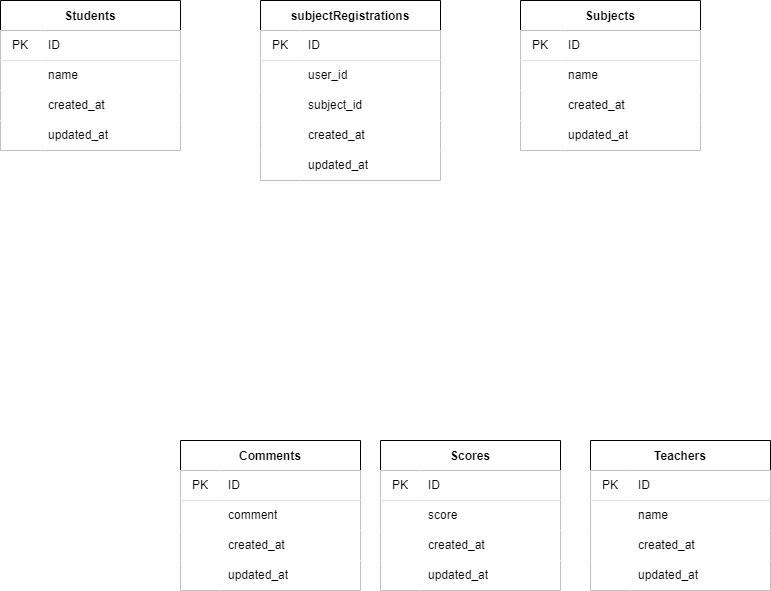
Earlier version of the draw.io export 20221026koyanagi/index.drawio.png (yuki-zirushi/PowerStruggle). Source tidied: cells renumbered, new cells last; positions are measured from the earlier drawing's top-left corner, leaving out a move shared by most shapes.
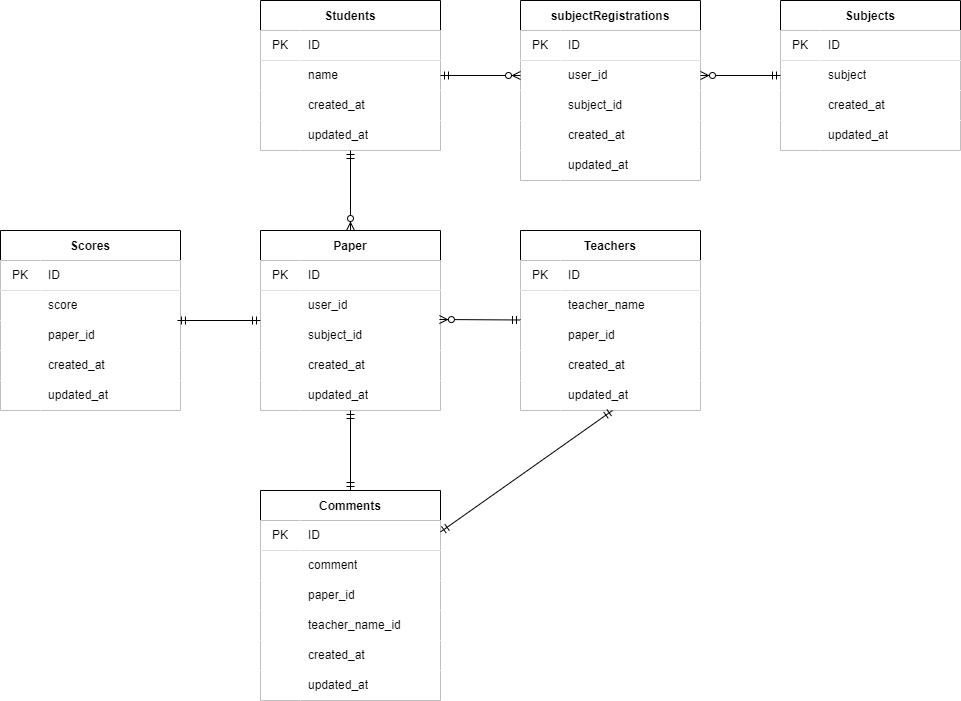
Later version of the same file.

Diff of the diagram source:
```diff
@@ -107,7 +107,7 @@
     <mxCell id="36" style="shape=partialRectangle;html=1;whiteSpace=wrap;top=0;left=0;bottom=0;right=0;overflow=hidden;" parent="35" vertex="1">
       <mxGeometry width="40" height="30" as="geometry" />
     </mxCell>
-    <mxCell id="37" value="name" style="shape=partialRectangle;html=1;whiteSpace=wrap;top=0;left=0;bottom=0;right=0;align=left;spacingLeft=6;overflow=hidden;" parent="35" vertex="1">
+    <mxCell id="37" value="subject" style="shape=partialRectangle;html=1;whiteSpace=wrap;top=0;left=0;bottom=0;right=0;align=left;spacingLeft=6;overflow=hidden;" parent="35" vertex="1">
       <mxGeometry x="40" width="140" height="30" as="geometry" />
     </mxCell>
     <mxCell id="38" style="shape=partialRectangle;html=1;whiteSpace=wrap;top=0;left=0;bottom=0;right=0;" parent="31" vertex="1">
@@ -129,7 +129,7 @@
       <mxGeometry x="40" width="140" height="30" as="geometry" />
     </mxCell>
     <mxCell id="44" value="Comments" style="shape=table;startSize=30;rowLines=0;fontStyle=1;align=center;" parent="1" vertex="1">
-      <mxGeometry x="180" y="440" width="180" height="150" as="geometry" />
+      <mxGeometry y="490" width="180" height="210" as="geometry" />
     </mxCell>
     <mxCell id="45" style="shape=partialRectangle;html=1;whiteSpace=wrap;top=0;left=0;bottom=1;right=0;" parent="44" vertex="1">
       <mxGeometry y="30" width="180" height="30" as="geometry" />
@@ -149,8 +149,26 @@
     <mxCell id="50" value="comment" style="shape=partialRectangle;html=1;whiteSpace=wrap;top=0;left=0;bottom=0;right=0;align=left;spacingLeft=6;overflow=hidden;" parent="48" vertex="1">
       <mxGeometry x="40" width="140" height="30" as="geometry" />
     </mxCell>
+    <mxCell id="83" style="shape=partialRectangle;html=1;whiteSpace=wrap;top=0;left=0;bottom=0;right=0;" parent="44" vertex="1">
+      <mxGeometry y="90" width="180" height="30" as="geometry" />
+    </mxCell>
+    <mxCell id="84" style="shape=partialRectangle;html=1;whiteSpace=wrap;top=0;left=0;bottom=0;right=0;overflow=hidden;" parent="83" vertex="1">
+      <mxGeometry width="40" height="30" as="geometry" />
+    </mxCell>
+    <mxCell id="85" value="paper_id" style="shape=partialRectangle;html=1;whiteSpace=wrap;top=0;left=0;bottom=0;right=0;align=left;spacingLeft=6;overflow=hidden;" parent="83" vertex="1">
+      <mxGeometry x="40" width="140" height="30" as="geometry" />
+    </mxCell>
+    <mxCell id="86" style="shape=partialRectangle;html=1;whiteSpace=wrap;top=0;left=0;bottom=0;right=0;" parent="44" vertex="1">
+      <mxGeometry y="120" width="180" height="30" as="geometry" />
+    </mxCell>
+    <mxCell id="87" style="shape=partialRectangle;html=1;whiteSpace=wrap;top=0;left=0;bottom=0;right=0;overflow=hidden;" parent="86" vertex="1">
+      <mxGeometry width="40" height="30" as="geometry" />
+    </mxCell>
+    <mxCell id="88" value="teacher_name_id" style="shape=partialRectangle;html=1;whiteSpace=wrap;top=0;left=0;bottom=0;right=0;align=left;spacingLeft=6;overflow=hidden;" parent="86" vertex="1">
+      <mxGeometry x="40" width="140" height="30" as="geometry" />
+    </mxCell>
     <mxCell id="51" style="shape=partialRectangle;html=1;whiteSpace=wrap;top=0;left=0;bottom=0;right=0;" parent="44" vertex="1">
-      <mxGeometry y="90" width="180" height="30" as="geometry" />
+      <mxGeometry y="150" width="180" height="30" as="geometry" />
     </mxCell>
     <mxCell id="52" style="shape=partialRectangle;html=1;whiteSpace=wrap;top=0;left=0;bottom=0;right=0;overflow=hidden;" parent="51" vertex="1">
       <mxGeometry width="40" height="30" as="geometry" />
@@ -159,7 +177,7 @@
       <mxGeometry x="40" width="140" height="30" as="geometry" />
     </mxCell>
     <mxCell id="54" style="shape=partialRectangle;html=1;whiteSpace=wrap;top=0;left=0;bottom=0;right=0;" parent="44" vertex="1">
-      <mxGeometry y="120" width="180" height="30" as="geometry" />
+      <mxGeometry y="180" width="180" height="30" as="geometry" />
     </mxCell>
     <mxCell id="55" style="shape=partialRectangle;html=1;whiteSpace=wrap;top=0;left=0;bottom=0;right=0;overflow=hidden;" parent="54" vertex="1">
       <mxGeometry width="40" height="30" as="geometry" />
@@ -168,7 +186,7 @@
       <mxGeometry x="40" width="140" height="30" as="geometry" />
     </mxCell>
     <mxCell id="57" value="Scores" style="shape=table;startSize=30;rowLines=0;fontStyle=1;align=center;" parent="1" vertex="1">
-      <mxGeometry x="380" y="440" width="180" height="150" as="geometry" />
+      <mxGeometry x="-260" y="230" width="180" height="180" as="geometry" />
     </mxCell>
     <mxCell id="58" style="shape=partialRectangle;html=1;whiteSpace=wrap;top=0;left=0;bottom=1;right=0;" parent="57" vertex="1">
       <mxGeometry y="30" width="180" height="30" as="geometry" />
@@ -188,8 +206,17 @@
     <mxCell id="63" value="score" style="shape=partialRectangle;html=1;whiteSpace=wrap;top=0;left=0;bottom=0;right=0;align=left;spacingLeft=6;overflow=hidden;" parent="61" vertex="1">
       <mxGeometry x="40" width="140" height="30" as="geometry" />
     </mxCell>
+    <mxCell id="89" style="shape=partialRectangle;html=1;whiteSpace=wrap;top=0;left=0;bottom=0;right=0;" parent="57" vertex="1">
+      <mxGeometry y="90" width="180" height="30" as="geometry" />
+    </mxCell>
+    <mxCell id="90" style="shape=partialRectangle;html=1;whiteSpace=wrap;top=0;left=0;bottom=0;right=0;overflow=hidden;" parent="89" vertex="1">
+      <mxGeometry width="40" height="30" as="geometry" />
+    </mxCell>
+    <mxCell id="91" value="paper_id" style="shape=partialRectangle;html=1;whiteSpace=wrap;top=0;left=0;bottom=0;right=0;align=left;spacingLeft=6;overflow=hidden;" parent="89" vertex="1">
+      <mxGeometry x="40" width="140" height="30" as="geometry" />
+    </mxCell>
     <mxCell id="64" style="shape=partialRectangle;html=1;whiteSpace=wrap;top=0;left=0;bottom=0;right=0;" parent="57" vertex="1">
-      <mxGeometry y="90" width="180" height="30" as="geometry" />
+      <mxGeometry y="120" width="180" height="30" as="geometry" />
     </mxCell>
     <mxCell id="65" style="shape=partialRectangle;html=1;whiteSpace=wrap;top=0;left=0;bottom=0;right=0;overflow=hidden;" parent="64" vertex="1">
       <mxGeometry width="40" height="30" as="geometry" />
@@ -198,7 +225,7 @@
       <mxGeometry x="40" width="140" height="30" as="geometry" />
     </mxCell>
     <mxCell id="67" style="shape=partialRectangle;html=1;whiteSpace=wrap;top=0;left=0;bottom=0;right=0;" parent="57" vertex="1">
-      <mxGeometry y="120" width="180" height="30" as="geometry" />
+      <mxGeometry y="150" width="180" height="30" as="geometry" />
     </mxCell>
     <mxCell id="68" style="shape=partialRectangle;html=1;whiteSpace=wrap;top=0;left=0;bottom=0;right=0;overflow=hidden;" parent="67" vertex="1">
       <mxGeometry width="40" height="30" as="geometry" />
@@ -207,7 +234,7 @@
       <mxGeometry x="40" width="140" height="30" as="geometry" />
     </mxCell>
     <mxCell id="70" value="Teachers" style="shape=table;startSize=30;rowLines=0;fontStyle=1;align=center;" parent="1" vertex="1">
-      <mxGeometry x="590" y="440" width="180" height="150" as="geometry" />
+      <mxGeometry x="260" y="230" width="180" height="180" as="geometry" />
     </mxCell>
     <mxCell id="71" style="shape=partialRectangle;html=1;whiteSpace=wrap;top=0;left=0;bottom=1;right=0;" parent="70" vertex="1">
       <mxGeometry y="30" width="180" height="30" as="geometry" />
@@ -224,11 +251,20 @@
     <mxCell id="75" style="shape=partialRectangle;html=1;whiteSpace=wrap;top=0;left=0;bottom=0;right=0;overflow=hidden;" parent="74" vertex="1">
       <mxGeometry width="40" height="30" as="geometry" />
     </mxCell>
-    <mxCell id="76" value="name" style="shape=partialRectangle;html=1;whiteSpace=wrap;top=0;left=0;bottom=0;right=0;align=left;spacingLeft=6;overflow=hidden;" parent="74" vertex="1">
+    <mxCell id="76" value="teacher_name" style="shape=partialRectangle;html=1;whiteSpace=wrap;top=0;left=0;bottom=0;right=0;align=left;spacingLeft=6;overflow=hidden;" parent="74" vertex="1">
       <mxGeometry x="40" width="140" height="30" as="geometry" />
     </mxCell>
+    <mxCell id="92" style="shape=partialRectangle;html=1;whiteSpace=wrap;top=0;left=0;bottom=0;right=0;" parent="70" vertex="1">
+      <mxGeometry y="90" width="180" height="30" as="geometry" />
+    </mxCell>
+    <mxCell id="93" style="shape=partialRectangle;html=1;whiteSpace=wrap;top=0;left=0;bottom=0;right=0;overflow=hidden;" parent="92" vertex="1">
+      <mxGeometry width="40" height="30" as="geometry" />
+    </mxCell>
+    <mxCell id="94" value="paper_id" style="shape=partialRectangle;html=1;whiteSpace=wrap;top=0;left=0;bottom=0;right=0;align=left;spacingLeft=6;overflow=hidden;" parent="92" vertex="1">
+      <mxGeometry x="40" width="140" height="30" as="geometry" />
+    </mxCell>
     <mxCell id="77" style="shape=partialRectangle;html=1;whiteSpace=wrap;top=0;left=0;bottom=0;right=0;" parent="70" vertex="1">
-      <mxGeometry y="90" width="180" height="30" as="geometry" />
+      <mxGeometry y="120" width="180" height="30" as="geometry" />
     </mxCell>
     <mxCell id="78" style="shape=partialRectangle;html=1;whiteSpace=wrap;top=0;left=0;bottom=0;right=0;overflow=hidden;" parent="77" vertex="1">
       <mxGeometry width="40" height="30" as="geometry" />
@@ -237,7 +273,7 @@
       <mxGeometry x="40" width="140" height="30" as="geometry" />
     </mxCell>
     <mxCell id="80" style="shape=partialRectangle;html=1;whiteSpace=wrap;top=0;left=0;bottom=0;right=0;points=[[0,0.5],[1,0.5]];portConstraint=eastwest;" parent="70" vertex="1">
-      <mxGeometry y="120" width="180" height="30" as="geometry" />
+      <mxGeometry y="150" width="180" height="30" as="geometry" />
     </mxCell>
     <mxCell id="81" style="shape=partialRectangle;html=1;whiteSpace=wrap;top=0;left=0;bottom=0;right=0;overflow=hidden;" parent="80" vertex="1">
       <mxGeometry width="40" height="30" as="geometry" />
@@ -245,5 +281,78 @@
     <mxCell id="82" value="updated_at" style="shape=partialRectangle;html=1;whiteSpace=wrap;top=0;left=0;bottom=0;right=0;align=left;spacingLeft=6;overflow=hidden;" parent="80" vertex="1">
       <mxGeometry x="40" width="140" height="30" as="geometry" />
     </mxCell>
+    <mxCell id="95" style="fontSize=12;html=1;endArrow=ERzeroToMany;startArrow=ERmandOne;" parent="1" edge="1" target="19">
+      <mxGeometry relative="1" as="geometry">
+        <mxPoint x="180" y="75" as="sourcePoint" />
+      </mxGeometry>
+    </mxCell>
+    <mxCell id="96" style="fontSize=12;html=1;endArrow=ERzeroToMany;startArrow=ERmandOne;exitX=0;exitY=0.5;exitDx=0;exitDy=0;entryX=1;entryY=0.5;entryDx=0;entryDy=0;" parent="1" edge="1" source="35" target="19">
+      <mxGeometry relative="1" as="geometry" />
+    </mxCell>
+    <mxCell id="97" value="Paper" style="shape=table;startSize=30;rowLines=0;fontStyle=1;align=center;labelBackgroundColor=none;labelBorderColor=none;" parent="1" vertex="1">
+      <mxGeometry y="230" width="180" height="180" as="geometry" />
+    </mxCell>
+    <mxCell id="98" style="shape=partialRectangle;html=1;whiteSpace=wrap;top=0;left=0;bottom=1;right=0;labelBackgroundColor=none;labelBorderColor=none;" parent="97" vertex="1">
+      <mxGeometry y="30" width="180" height="30" as="geometry" />
+    </mxCell>
+    <mxCell id="99" value="PK" style="shape=partialRectangle;html=1;whiteSpace=wrap;top=0;left=0;bottom=0;right=0;overflow=hidden;labelBackgroundColor=none;labelBorderColor=none;" parent="98" vertex="1">
+      <mxGeometry width="40" height="30" as="geometry" />
+    </mxCell>
+    <mxCell id="100" value="ID" style="shape=partialRectangle;html=1;whiteSpace=wrap;top=0;left=0;bottom=0;right=0;align=left;spacingLeft=6;overflow=hidden;fontStyle=0;labelBackgroundColor=none;labelBorderColor=none;horizontal=1;" parent="98" vertex="1">
+      <mxGeometry x="40" width="140" height="30" as="geometry" />
+    </mxCell>
+    <mxCell id="101" style="shape=partialRectangle;html=1;whiteSpace=wrap;top=0;left=0;bottom=0;right=0;points=[[0,0.5],[1,0.5]];portConstraint=eastwest;labelBackgroundColor=none;labelBorderColor=none;" parent="97" vertex="1">
+      <mxGeometry y="60" width="180" height="30" as="geometry" />
+    </mxCell>
+    <mxCell id="102" style="shape=partialRectangle;html=1;whiteSpace=wrap;top=0;left=0;bottom=0;right=0;overflow=hidden;labelBackgroundColor=none;labelBorderColor=none;" parent="101" vertex="1">
+      <mxGeometry width="40" height="30" as="geometry" />
+    </mxCell>
+    <mxCell id="103" value="user_id" style="shape=partialRectangle;html=1;whiteSpace=wrap;top=0;left=0;bottom=0;right=0;align=left;spacingLeft=6;overflow=hidden;labelBackgroundColor=none;labelBorderColor=none;" parent="101" vertex="1">
+      <mxGeometry x="40" width="140" height="30" as="geometry" />
+    </mxCell>
+    <mxCell id="104" style="shape=partialRectangle;html=1;whiteSpace=wrap;top=0;left=0;bottom=0;right=0;labelBackgroundColor=none;labelBorderColor=none;" parent="97" vertex="1">
+      <mxGeometry y="90" width="180" height="30" as="geometry" />
+    </mxCell>
+    <mxCell id="105" style="shape=partialRectangle;html=1;whiteSpace=wrap;top=0;left=0;bottom=0;right=0;overflow=hidden;labelBackgroundColor=none;labelBorderColor=none;" parent="104" vertex="1">
+      <mxGeometry width="40" height="30" as="geometry" />
+    </mxCell>
+    <mxCell id="106" value="subject_id" style="shape=partialRectangle;html=1;whiteSpace=wrap;top=0;left=0;bottom=0;right=0;align=left;spacingLeft=6;overflow=hidden;labelBackgroundColor=none;labelBorderColor=none;" parent="104" vertex="1">
+      <mxGeometry x="40" width="140" height="30" as="geometry" />
+    </mxCell>
+    <mxCell id="107" style="shape=partialRectangle;html=1;whiteSpace=wrap;top=0;left=0;bottom=0;right=0;labelBackgroundColor=none;labelBorderColor=none;" parent="97" vertex="1">
+      <mxGeometry y="120" width="180" height="30" as="geometry" />
+    </mxCell>
+    <mxCell id="108" style="shape=partialRectangle;html=1;whiteSpace=wrap;top=0;left=0;bottom=0;right=0;overflow=hidden;labelBackgroundColor=none;labelBorderColor=none;" parent="107" vertex="1">
+      <mxGeometry width="40" height="30" as="geometry" />
+    </mxCell>
+    <mxCell id="109" value="created_at" style="shape=partialRectangle;html=1;whiteSpace=wrap;top=0;left=0;bottom=0;right=0;align=left;spacingLeft=6;overflow=hidden;labelBackgroundColor=none;labelBorderColor=none;" parent="107" vertex="1">
+      <mxGeometry x="40" width="140" height="30" as="geometry" />
+    </mxCell>
+    <mxCell id="110" style="shape=partialRectangle;html=1;whiteSpace=wrap;top=0;left=0;bottom=0;right=0;labelBackgroundColor=none;labelBorderColor=none;" parent="97" vertex="1">
+      <mxGeometry y="150" width="180" height="30" as="geometry" />
+    </mxCell>
+    <mxCell id="111" style="shape=partialRectangle;html=1;whiteSpace=wrap;top=0;left=0;bottom=0;right=0;overflow=hidden;labelBackgroundColor=none;labelBorderColor=none;" parent="110" vertex="1">
+      <mxGeometry width="40" height="30" as="geometry" />
+    </mxCell>
+    <mxCell id="112" value="updated_at" style="shape=partialRectangle;html=1;whiteSpace=wrap;top=0;left=0;bottom=0;right=0;align=left;spacingLeft=6;overflow=hidden;labelBackgroundColor=none;labelBorderColor=none;" parent="110" vertex="1">
+      <mxGeometry x="40" width="140" height="30" as="geometry" />
+    </mxCell>
+    <mxCell id="113" style="fontSize=12;html=1;endArrow=ERzeroToMany;startArrow=ERmandOne;entryX=0.5;entryY=0;entryDx=0;entryDy=0;" parent="1" edge="1" source="12" target="97">
+      <mxGeometry relative="1" as="geometry" />
+    </mxCell>
+    <mxCell id="114" style="fontSize=12;html=1;endArrow=ERzeroToMany;startArrow=ERmandOne;entryX=0.994;entryY=0.967;entryDx=0;entryDy=0;entryPerimeter=0;" parent="1" edge="1" source="70" target="101">
+      <mxGeometry relative="1" as="geometry" />
+    </mxCell>
+    <mxCell id="115" style="fontSize=12;html=1;endArrow=ERmandOne;startArrow=ERmandOne;exitX=0.5;exitY=1;exitDx=0;exitDy=0;entryX=0.5;entryY=0;entryDx=0;entryDy=0;" parent="1" edge="1" source="97" target="44">
+      <mxGeometry relative="1" as="geometry" />
+    </mxCell>
+    <mxCell id="116" style="fontSize=12;html=1;endArrow=ERmandOne;startArrow=ERmandOne;exitX=0.511;exitY=1;exitDx=0;exitDy=0;exitPerimeter=0;" parent="1" edge="1" source="80" target="44">
+      <mxGeometry relative="1" as="geometry" />
+    </mxCell>
+    <mxCell id="117" style="fontSize=12;html=1;endArrow=ERmandOne;startArrow=ERmandOne;exitX=0.511;exitY=1;exitDx=0;exitDy=0;exitPerimeter=0;entryX=0.983;entryY=1;entryDx=0;entryDy=0;entryPerimeter=0;" parent="1" edge="1" target="61">
+      <mxGeometry relative="1" as="geometry">
+        <mxPoint y="320" as="sourcePoint" />
+      </mxGeometry>
+    </mxCell>
   </root>
 </mxGraphModel>
```
